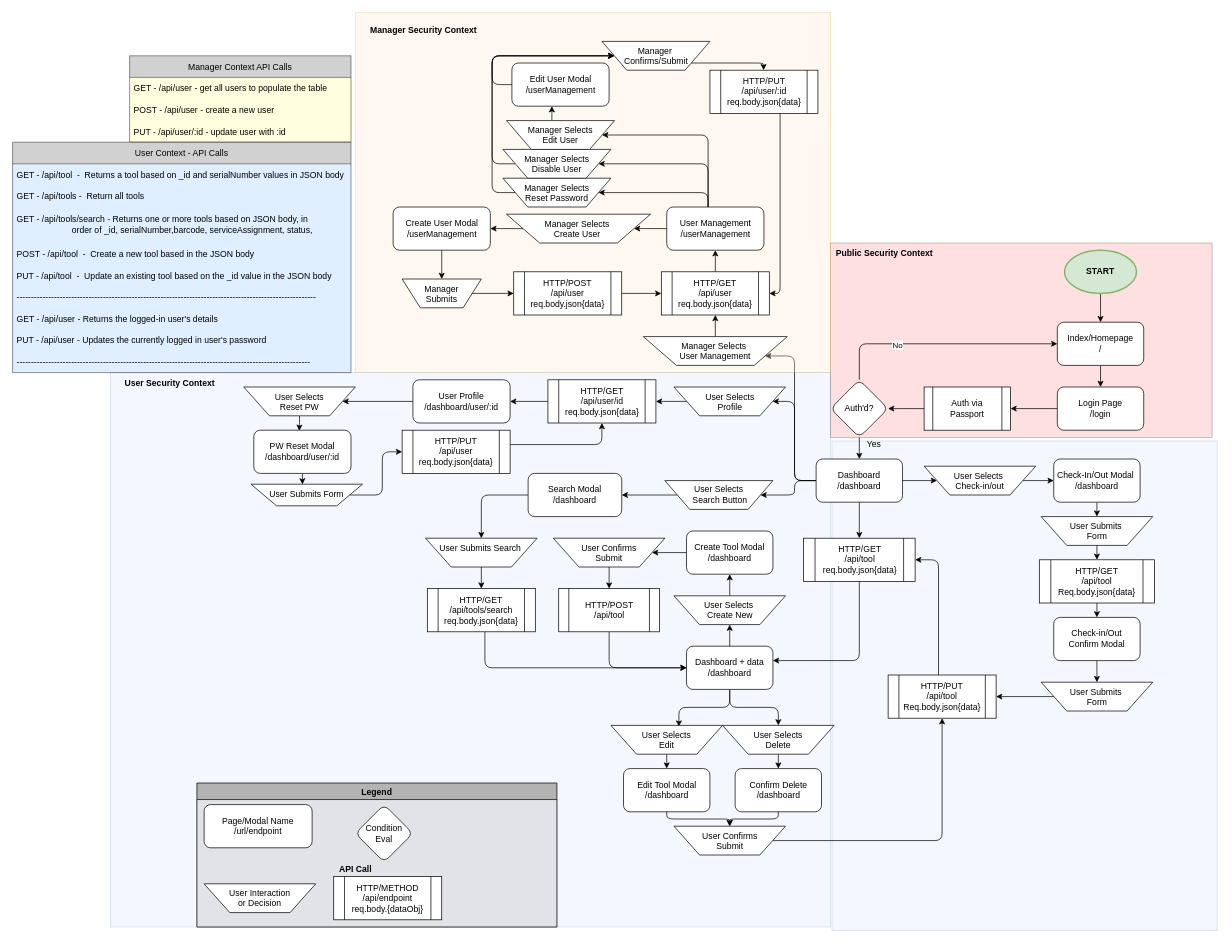
Earlier version of the draw.io diagram page "BusinessLogicTreeAPI" (1 of 2) of designDocument/apiTree.drawio (DaveLuhman/toolkeeper). Source tidied: cells renumbered, new cells numbered last; positions are measured from the earlier drawing's top-left corner, leaving out a move shared by most shapes. Both pictures are drawn from the tidied source at 72%, with x=0, y=0 at pixel (12, 12).
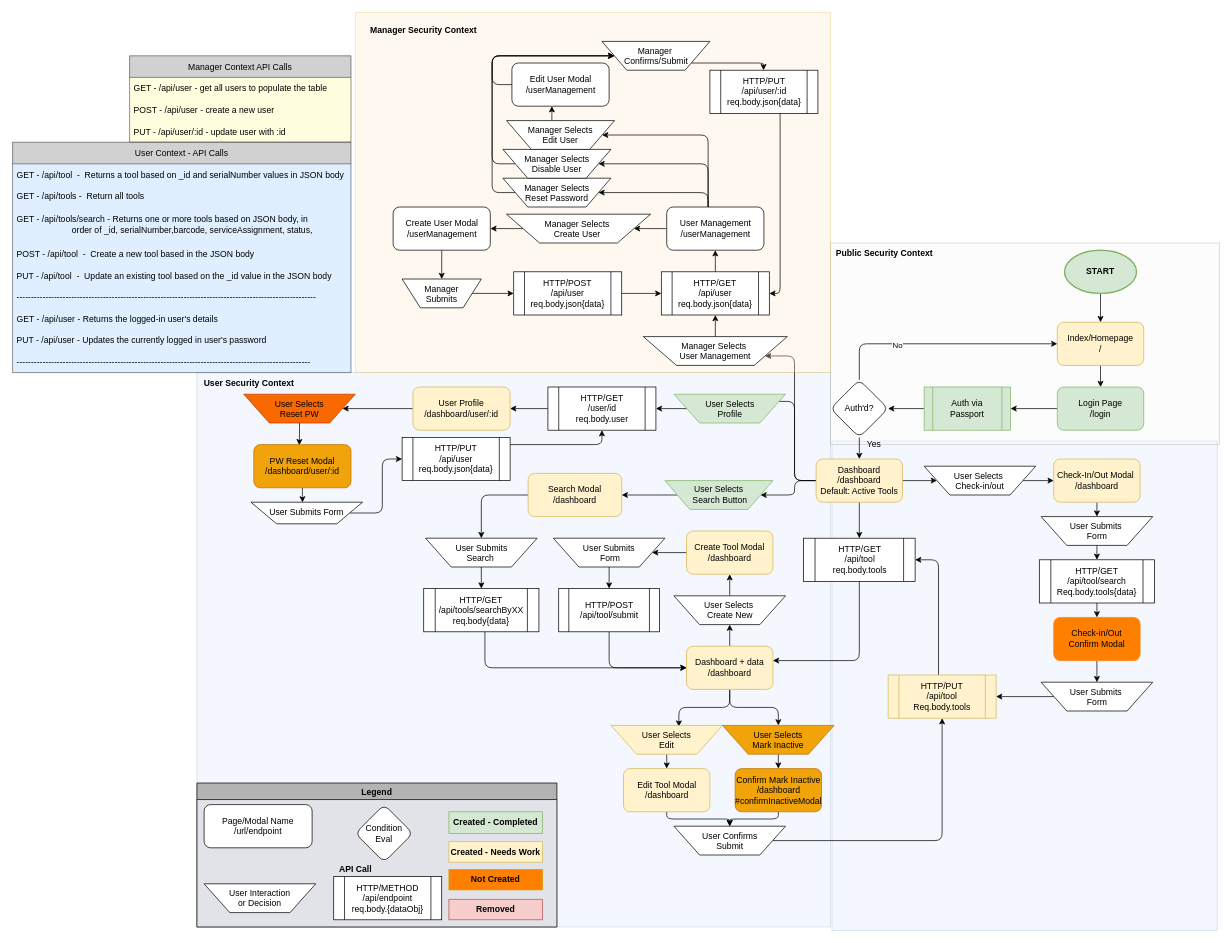
The same diagram, later.

Commit message:
Update apiTree.drawio with colors to reflect component status

Unchanged cells that the change refers to:
```xml
<mxCell id="70" value="Legend" style="swimlane;fillColor=#B3B3B3;" parent="1" vertex="1">
  <mxGeometry x="256" y="1070" width="500" height="200" as="geometry" />
</mxCell>
```

Change to the diagram source:
```diff
@@
     <mxCell id="3" style="rounded=0;whiteSpace=wrap;html=1;fillColor=#dae8fc;opacity=30;strokeColor=#6c8ebf;" parent="1" vertex="1">
-      <mxGeometry x="136" y="500" width="1000" height="770" as="geometry" />
+      <mxGeometry x="256" y="500" width="880" height="770" as="geometry" />
     </mxCell>
-    <mxCell id="4" style="rounded=0;whiteSpace=wrap;html=1;fillColor=#FF9999;opacity=30;" parent="1" vertex="1">
-      <mxGeometry x="1136" y="320" width="530" height="270" as="geometry" />
+    <mxCell id="4" style="rounded=0;whiteSpace=wrap;html=1;fillColor=#f5f5f5;opacity=30;strokeColor=#666666;fontColor=#333333;" parent="1" vertex="1">
+      <mxGeometry x="1136" y="320" width="540" height="280" as="geometry" />
     </mxCell>
@@
-    <mxCell id="14" value="Dashboard&lt;br&gt;/dashboard" style="whiteSpace=wrap;html=1;rounded=1;" parent="1" vertex="1">
+    <mxCell id="14" value="Dashboard&lt;br&gt;/dashboard&lt;br&gt;Default: Active Tools" style="whiteSpace=wrap;html=1;rounded=1;fillColor=#fff2cc;strokeColor=#d6b656;" parent="1" vertex="1">
       <mxGeometry x="1116" y="620" width="120" height="60" as="geometry" />
     </mxCell>
@@
-    <mxCell id="17" value="Index/Homepage&lt;br&gt;/" style="whiteSpace=wrap;html=1;rounded=1;" parent="1" vertex="1">
+    <mxCell id="17" value="Index/Homepage&lt;br&gt;/" style="whiteSpace=wrap;html=1;rounded=1;fillColor=#fff2cc;strokeColor=#d6b656;" parent="1" vertex="1">
       <mxGeometry x="1451" y="430" width="120" height="60" as="geometry" />
     </mxCell>
@@
-    <mxCell id="19" value="Login Page&lt;br&gt;/login" style="whiteSpace=wrap;html=1;rounded=1;" parent="1" vertex="1">
+    <mxCell id="19" value="Login Page&lt;br&gt;/login" style="whiteSpace=wrap;html=1;rounded=1;fillColor=#d5e8d4;strokeColor=#82b366;" parent="1" vertex="1">
       <mxGeometry x="1451" y="520" width="120" height="60" as="geometry" />
     </mxCell>
@@
-    <mxCell id="21" value="Auth via Passport" style="shape=process;whiteSpace=wrap;html=1;backgroundOutline=1;" parent="1" vertex="1">
+    <mxCell id="21" value="Auth via Passport" style="shape=process;whiteSpace=wrap;html=1;backgroundOutline=1;fillColor=#d5e8d4;strokeColor=#82b366;" parent="1" vertex="1">
       <mxGeometry x="1266" y="520" width="120" height="60" as="geometry" />
     </mxCell>
@@
-    <mxCell id="25" value="Dashboard + data&lt;br&gt;/dashboard" style="whiteSpace=wrap;html=1;rounded=1;" parent="1" vertex="1">
+    <mxCell id="25" value="Dashboard + data&lt;br&gt;/dashboard" style="whiteSpace=wrap;html=1;rounded=1;fillColor=#fff2cc;strokeColor=#d6b656;" parent="1" vertex="1">
       <mxGeometry x="936" y="880" width="120" height="60" as="geometry" />
     </mxCell>
@@
-    <mxCell id="27" value="User Selects&lt;br&gt;&amp;nbsp;Search Button" style="verticalLabelPosition=middle;verticalAlign=middle;html=1;shape=trapezoid;perimeter=trapezoidPerimeter;whiteSpace=wrap;size=0.23;arcSize=10;flipV=1;labelPosition=center;align=center;fontFamily=Helvetica;fontSize=12;fontColor=rgb(0, 0, 0);strokeColor=rgb(0, 0, 0);fillColor=rgb(255, 255, 255);" parent="1" vertex="1">
+    <mxCell id="27" value="User Selects&lt;br&gt;&amp;nbsp;Search Button" style="verticalLabelPosition=middle;verticalAlign=middle;html=1;shape=trapezoid;perimeter=trapezoidPerimeter;whiteSpace=wrap;size=0.23;arcSize=10;flipV=1;labelPosition=center;align=center;fontFamily=Helvetica;fontSize=12;strokeColor=#82b366;fillColor=#d5e8d4;" parent="1" vertex="1">
       <mxGeometry x="906" y="650" width="150" height="40" as="geometry" />
     </mxCell>
@@
-    <mxCell id="29" value="User Submits Search&amp;nbsp;" style="verticalLabelPosition=middle;verticalAlign=top;html=1;shape=trapezoid;perimeter=trapezoidPerimeter;whiteSpace=wrap;size=0.23;arcSize=10;flipV=1;labelPosition=center;align=center;fontFamily=Helvetica;fontSize=12;fontColor=rgb(0, 0, 0);strokeColor=rgb(0, 0, 0);fillColor=rgb(255, 255, 255);" parent="1" vertex="1">
+    <mxCell id="29" value="User Submits &lt;br&gt;Search&amp;nbsp;" style="verticalLabelPosition=middle;verticalAlign=top;html=1;shape=trapezoid;perimeter=trapezoidPerimeter;whiteSpace=wrap;size=0.23;arcSize=10;flipV=1;labelPosition=center;align=center;fontFamily=Helvetica;fontSize=12;fontColor=rgb(0, 0, 0);strokeColor=rgb(0, 0, 0);fillColor=rgb(255, 255, 255);" parent="1" vertex="1">
       <mxGeometry x="573.5" y="730" width="155" height="40" as="geometry" />
     </mxCell>
@@
-    <mxCell id="31" value="Search Modal&lt;br&gt;/dashboard" style="whiteSpace=wrap;html=1;rounded=1;" parent="1" vertex="1">
+    <mxCell id="31" value="Search Modal&lt;br&gt;/dashboard" style="whiteSpace=wrap;html=1;rounded=1;fillColor=#fff2cc;strokeColor=#d6b656;" parent="1" vertex="1">
       <mxGeometry x="716" y="640" width="130" height="60" as="geometry" />
     </mxCell>
@@
-    <mxCell id="33" value="HTTP/GET&lt;br&gt;/api/tool&lt;br&gt;req.body.json{data}" style="shape=process;whiteSpace=wrap;html=1;backgroundOutline=1;" parent="1" vertex="1">
+    <mxCell id="33" value="HTTP/GET&lt;br&gt;/api/tool&lt;br&gt;req.body.tools" style="shape=process;whiteSpace=wrap;html=1;backgroundOutline=1;" parent="1" vertex="1">
       <mxGeometry x="1098.5" y="730" width="155" height="60" as="geometry" />
     </mxCell>
@@
-    <mxCell id="35" value="HTTP/GET&lt;br&gt;/api/tools/search&lt;br&gt;req.body.json{data}" style="shape=process;whiteSpace=wrap;html=1;backgroundOutline=1;" parent="1" vertex="1">
-      <mxGeometry x="576" y="800" width="150" height="60" as="geometry" />
+    <mxCell id="35" value="HTTP/GET&lt;br&gt;/api/tools/searchByXX&lt;br&gt;req.body{data}" style="shape=process;whiteSpace=wrap;html=1;backgroundOutline=1;" parent="1" vertex="1">
+      <mxGeometry x="571" y="800" width="160" height="60" as="geometry" />
     </mxCell>
@@
-    <mxCell id="37" value="User Selects&lt;br&gt;Edit" style="verticalLabelPosition=middle;verticalAlign=top;html=1;shape=trapezoid;perimeter=trapezoidPerimeter;whiteSpace=wrap;size=0.23;arcSize=10;flipV=1;labelPosition=center;align=center;fontFamily=Helvetica;fontSize=12;fontColor=rgb(0, 0, 0);strokeColor=rgb(0, 0, 0);fillColor=rgb(255, 255, 255);" parent="1" vertex="1">
+    <mxCell id="37" value="User Selects&lt;br&gt;Edit" style="verticalLabelPosition=middle;verticalAlign=top;html=1;shape=trapezoid;perimeter=trapezoidPerimeter;whiteSpace=wrap;size=0.23;arcSize=10;flipV=1;labelPosition=center;align=center;fontFamily=Helvetica;fontSize=12;strokeColor=#d6b656;fillColor=#fff2cc;" parent="1" vertex="1">
       <mxGeometry x="831" y="990" width="155" height="40" as="geometry" />
     </mxCell>
@@
-    <mxCell id="41" value="Check-In/Out Modal&amp;nbsp;&lt;br&gt;/dashboard" style="rounded=1;whiteSpace=wrap;html=1;" parent="1" vertex="1">
+    <mxCell id="41" value="Check-In/Out Modal&amp;nbsp;&lt;br&gt;/dashboard" style="rounded=1;whiteSpace=wrap;html=1;fillColor=#fff2cc;strokeColor=#d6b656;" parent="1" vertex="1">
       <mxGeometry x="1446" y="620" width="120" height="60" as="geometry" />
     </mxCell>
@@
-    <mxCell id="45" value="HTTP/GET&lt;br&gt;/api/tool&lt;br&gt;Req.body.json{data}" style="shape=process;whiteSpace=wrap;html=1;backgroundOutline=1;" parent="1" vertex="1">
+    <mxCell id="45" value="HTTP/GET&lt;br&gt;/api/tool/search&lt;br&gt;Req.body.tools{data}" style="shape=process;whiteSpace=wrap;html=1;backgroundOutline=1;" parent="1" vertex="1">
       <mxGeometry x="1426" y="760" width="160" height="60" as="geometry" />
     </mxCell>
@@
-    <mxCell id="47" value="Check-in/Out&lt;br&gt;Confirm Modal" style="rounded=1;whiteSpace=wrap;html=1;" parent="1" vertex="1">
+    <mxCell id="47" value="Check-in/Out&lt;br&gt;Confirm Modal" style="rounded=1;whiteSpace=wrap;html=1;fillColor=#FF8000;strokeColor=#FF8000;" parent="1" vertex="1">
       <mxGeometry x="1446" y="840" width="120" height="60" as="geometry" />
     </mxCell>
@@
-    <mxCell id="51" value="HTTP/PUT&lt;br&gt;/api/tool&lt;br&gt;Req.body.json{data}" style="shape=process;whiteSpace=wrap;html=1;backgroundOutline=1;" parent="1" vertex="1">
+    <mxCell id="51" value="HTTP/PUT&lt;br&gt;/api/tool&lt;br&gt;Req.body.tools" style="shape=process;whiteSpace=wrap;html=1;backgroundOutline=1;fillColor=#fff2cc;strokeColor=#d6b656;" parent="1" vertex="1">
       <mxGeometry x="1216" y="920" width="150" height="60" as="geometry" />
     </mxCell>
@@
-    <mxCell id="55" value="Create Tool Modal&lt;br&gt;/dashboard" style="rounded=1;whiteSpace=wrap;html=1;" parent="1" vertex="1">
+    <mxCell id="55" value="Create Tool Modal&lt;br&gt;/dashboard" style="rounded=1;whiteSpace=wrap;html=1;fillColor=#fff2cc;strokeColor=#d6b656;" parent="1" vertex="1">
       <mxGeometry x="936" y="720" width="120" height="60" as="geometry" />
     </mxCell>
@@
-    <mxCell id="57" value="User Confirms&lt;br&gt;Submit" style="verticalLabelPosition=middle;verticalAlign=top;html=1;shape=trapezoid;perimeter=trapezoidPerimeter;whiteSpace=wrap;size=0.23;arcSize=10;flipV=1;labelPosition=center;align=center;fontFamily=Helvetica;fontSize=12;fontColor=rgb(0, 0, 0);strokeColor=rgb(0, 0, 0);fillColor=rgb(255, 255, 255);" parent="1" vertex="1">
+    <mxCell id="57" value="User Submits&lt;br&gt;&amp;nbsp;Form" style="verticalLabelPosition=middle;verticalAlign=top;html=1;shape=trapezoid;perimeter=trapezoidPerimeter;whiteSpace=wrap;size=0.23;arcSize=10;flipV=1;labelPosition=center;align=center;fontFamily=Helvetica;fontSize=12;fontColor=rgb(0, 0, 0);strokeColor=rgb(0, 0, 0);fillColor=rgb(255, 255, 255);" parent="1" vertex="1">
       <mxGeometry x="751" y="730" width="155" height="40" as="geometry" />
     </mxCell>
@@
-    <mxCell id="59" value="HTTP/POST&lt;br&gt;/api/tool" style="shape=process;whiteSpace=wrap;html=1;backgroundOutline=1;" parent="1" vertex="1">
+    <mxCell id="59" value="HTTP/POST&lt;br&gt;/api/tool/submit" style="shape=process;whiteSpace=wrap;html=1;backgroundOutline=1;" parent="1" vertex="1">
       <mxGeometry x="758.5" y="800" width="140" height="60" as="geometry" />
     </mxCell>
@@
-    <mxCell id="63" value="User Selects&lt;br&gt;Profile" style="verticalLabelPosition=middle;verticalAlign=top;html=1;shape=trapezoid;perimeter=trapezoidPerimeter;whiteSpace=wrap;size=0.23;arcSize=10;flipV=1;labelPosition=center;align=center;fontFamily=Helvetica;fontSize=12;fontColor=rgb(0, 0, 0);strokeColor=rgb(0, 0, 0);fillColor=rgb(255, 255, 255);" parent="1" vertex="1">
-      <mxGeometry x="918.5" y="520" width="155" height="40" as="geometry" />
+    <mxCell id="63" value="User Selects&lt;br&gt;Profile" style="verticalLabelPosition=middle;verticalAlign=top;html=1;shape=trapezoid;perimeter=trapezoidPerimeter;whiteSpace=wrap;size=0.23;arcSize=10;flipV=1;labelPosition=center;align=center;fontFamily=Helvetica;fontSize=12;strokeColor=#82b366;fillColor=#d5e8d4;" parent="1" vertex="1">
+      <mxGeometry x="918.5" y="530" width="155" height="40" as="geometry" />
     </mxCell>
@@
-    <mxCell id="65" value="HTTP/GET&lt;br&gt;/api/user/id&lt;br&gt;req.body.json{data}" style="shape=process;whiteSpace=wrap;html=1;backgroundOutline=1;" parent="1" vertex="1">
-      <mxGeometry x="743.5" y="510" width="150" height="60" as="geometry" />
+    <mxCell id="65" value="HTTP/GET&lt;br&gt;/user/id&lt;br&gt;req.body.user" style="shape=process;whiteSpace=wrap;html=1;backgroundOutline=1;" parent="1" vertex="1">
+      <mxGeometry x="743.5" y="520" width="150" height="60" as="geometry" />
     </mxCell>
@@
-    <mxCell id="67" value="User Profile&lt;br&gt;/dashboard/user/:id" style="whiteSpace=wrap;html=1;rounded=1;" parent="1" vertex="1">
-      <mxGeometry x="556" y="510" width="135" height="60" as="geometry" />
+    <mxCell id="67" value="User Profile&lt;br&gt;/dashboard/user/:id" style="whiteSpace=wrap;html=1;rounded=1;fillColor=#fff2cc;strokeColor=#d6b656;" parent="1" vertex="1">
+      <mxGeometry x="556" y="520" width="135" height="60" as="geometry" />
     </mxCell>
@@
-    <mxCell id="69" value="User Selects&lt;br&gt;Reset PW" style="verticalLabelPosition=middle;verticalAlign=top;html=1;shape=trapezoid;perimeter=trapezoidPerimeter;whiteSpace=wrap;size=0.23;arcSize=10;flipV=1;labelPosition=center;align=center;fontFamily=Helvetica;fontSize=12;fontColor=rgb(0, 0, 0);strokeColor=rgb(0, 0, 0);fillColor=rgb(255, 255, 255);" parent="1" vertex="1">
-      <mxGeometry x="321" y="520" width="155" height="40" as="geometry" />
+    <mxCell id="69" value="User Selects&lt;br&gt;Reset PW" style="verticalLabelPosition=middle;verticalAlign=top;html=1;shape=trapezoid;perimeter=trapezoidPerimeter;whiteSpace=wrap;size=0.23;arcSize=10;flipV=1;labelPosition=center;align=center;fontFamily=Helvetica;fontSize=12;fontColor=#000000;strokeColor=#C73500;fillColor=#fa6800;" parent="1" vertex="1">
+      <mxGeometry x="321" y="530" width="155" height="40" as="geometry" />
     </mxCell>
@@
+    <mxCell id="138" value="&lt;b&gt;Created - Completed&lt;/b&gt;" style="rounded=0;whiteSpace=wrap;html=1;fillColor=#d5e8d4;strokeColor=#82b366;" parent="70" vertex="1">
+      <mxGeometry x="350" y="40" width="130" height="30" as="geometry" />
+    </mxCell>
+    <mxCell id="139" value="&lt;b&gt;Created - Needs Work&lt;/b&gt;" style="rounded=0;whiteSpace=wrap;html=1;fillColor=#fff2cc;strokeColor=#d6b656;" parent="70" vertex="1">
+      <mxGeometry x="350" y="81.5" width="130" height="28.5" as="geometry" />
+    </mxCell>
+    <mxCell id="140" value="&lt;b&gt;Not Created&lt;/b&gt;" style="rounded=0;whiteSpace=wrap;html=1;fillColor=#FF8000;strokeColor=#d79b00;" parent="70" vertex="1">
+      <mxGeometry x="350" y="120" width="130" height="28.5" as="geometry" />
+    </mxCell>
+    <mxCell id="141" value="&lt;b&gt;Removed&lt;/b&gt;" style="rounded=0;whiteSpace=wrap;html=1;fillColor=#f8cecc;strokeColor=#b85450;" parent="70" vertex="1">
+      <mxGeometry x="350" y="161.5" width="130" height="28.5" as="geometry" />
+    </mxCell>
@@
-    <mxCell id="78" value="PW Reset Modal&lt;br&gt;/dashboard/user/:id" style="whiteSpace=wrap;html=1;rounded=1;" parent="1" vertex="1">
-      <mxGeometry x="335" y="580" width="135" height="60" as="geometry" />
+    <mxCell id="78" value="PW Reset Modal&lt;br&gt;/dashboard/user/:id" style="whiteSpace=wrap;html=1;rounded=1;fillColor=#f0a30a;fontColor=#000000;strokeColor=#BD7000;" parent="1" vertex="1">
+      <mxGeometry x="335" y="600" width="135" height="60" as="geometry" />
     </mxCell>
@@
     <mxCell id="80" value="User Submits Form" style="verticalLabelPosition=middle;verticalAlign=top;html=1;shape=trapezoid;perimeter=trapezoidPerimeter;whiteSpace=wrap;size=0.23;arcSize=10;flipV=1;labelPosition=center;align=center;fontFamily=Helvetica;fontSize=12;fontColor=rgb(0, 0, 0);strokeColor=rgb(0, 0, 0);fillColor=rgb(255, 255, 255);" parent="1" vertex="1">
-      <mxGeometry x="331" y="655" width="155" height="30" as="geometry" />
+      <mxGeometry x="331" y="680" width="155" height="30" as="geometry" />
     </mxCell>
@@
     <mxCell id="82" value="HTTP/PUT&lt;br&gt;/api/user&lt;br&gt;req.body.json{data}" style="shape=process;whiteSpace=wrap;html=1;backgroundOutline=1;" parent="1" vertex="1">
-      <mxGeometry x="541" y="580" width="150" height="60" as="geometry" />
+      <mxGeometry x="541" y="590" width="150" height="60" as="geometry" />
     </mxCell>
@@
     <mxCell id="86" value="User Security Context" style="text;html=1;strokeColor=none;fillColor=none;align=center;verticalAlign=middle;whiteSpace=wrap;rounded=0;opacity=30;fontStyle=1;" parent="1" vertex="1">
-      <mxGeometry x="136" y="500" width="165" height="30" as="geometry" />
+      <mxGeometry x="246" y="500" width="165" height="30" as="geometry" />
     </mxCell>
@@
-    <mxCell id="117" value="Edit Tool Modal&lt;br&gt;/dashboard" style="whiteSpace=wrap;html=1;rounded=1;" parent="1" vertex="1">
+    <mxCell id="117" value="Edit Tool Modal&lt;br&gt;/dashboard" style="whiteSpace=wrap;html=1;rounded=1;fillColor=#fff2cc;strokeColor=#d6b656;" parent="1" vertex="1">
       <mxGeometry x="848.5" y="1050" width="120" height="60" as="geometry" />
     </mxCell>
@@
-    <mxCell id="121" value="User Selects&lt;br&gt;Delete" style="verticalLabelPosition=middle;verticalAlign=top;html=1;shape=trapezoid;perimeter=trapezoidPerimeter;whiteSpace=wrap;size=0.23;arcSize=10;flipV=1;labelPosition=center;align=center;fontFamily=Helvetica;fontSize=12;fontColor=rgb(0, 0, 0);strokeColor=rgb(0, 0, 0);fillColor=rgb(255, 255, 255);" parent="1" vertex="1">
+    <mxCell id="121" value="User Selects&lt;br&gt;Mark Inactive" style="verticalLabelPosition=middle;verticalAlign=top;html=1;shape=trapezoid;perimeter=trapezoidPerimeter;whiteSpace=wrap;size=0.23;arcSize=10;flipV=1;labelPosition=center;align=center;fontFamily=Helvetica;fontSize=12;fontColor=#000000;strokeColor=#BD7000;fillColor=#f0a30a;" parent="1" vertex="1">
       <mxGeometry x="986" y="990" width="155" height="40" as="geometry" />
     </mxCell>
@@
-    <mxCell id="123" value="Confirm Delete&lt;br&gt;/dashboard" style="whiteSpace=wrap;html=1;rounded=1;" parent="1" vertex="1">
+    <mxCell id="123" value="Confirm Mark Inactive&lt;br&gt;/dashboard&lt;br&gt;#confirmInactiveModal" style="whiteSpace=wrap;html=1;rounded=1;fillColor=#f0a30a;fontColor=#000000;strokeColor=#BD7000;" parent="1" vertex="1">
       <mxGeometry x="1003.5" y="1050" width="120" height="60" as="geometry" />
     </mxCell>
```
